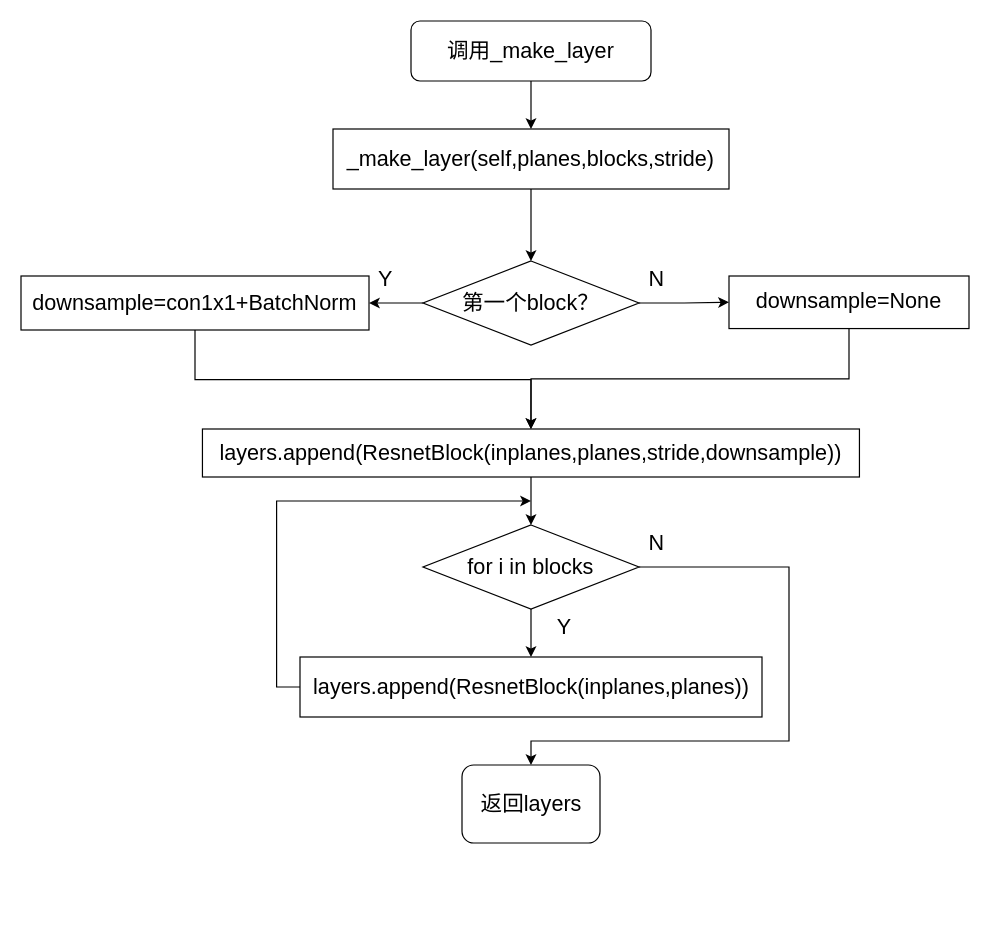
Earlier version of the draw.io diagram thesis_make_layers.drawio (Dong-J93/_pictures). Source tidied: cells renumbered, new cells numbered last; positions are measured from the earlier drawing's top-left corner, leaving out a move shared by most shapes. Both pictures are drawn from the tidied source at 120%, with x=0, y=0 at pixel (20, 20).
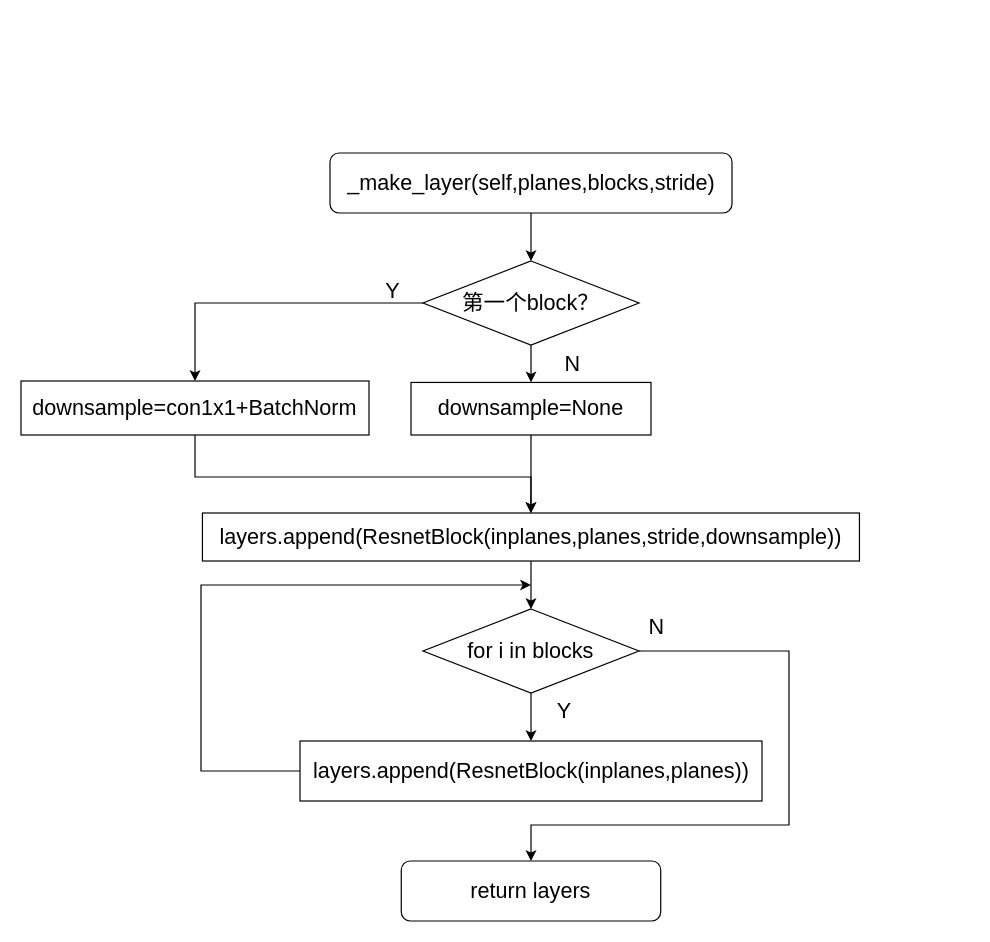
Above is the later version.

The change refers to these unchanged cells:
```xml
<mxCell id="6" value="&lt;font style=&quot;font-size: 18px;&quot;&gt;第一个block？&lt;/font&gt;" style="rhombus;whiteSpace=wrap;html=1;" parent="1" vertex="1">
  <mxGeometry x="335" y="200" width="180" height="70" as="geometry" />
</mxCell>
```

The edit, as a diff of the source:
```diff
@@
-    <mxCell id="2" style="edgeStyle=orthogonalEdgeStyle;rounded=0;jettySize=auto;html=1;entryX=0.5;entryY=0;entryDx=0;entryDy=0;" parent="1" edge="1" source="3" target="6">
-      <mxGeometry relative="1" as="geometry" />
-    </mxCell>
-    <mxCell id="3" value="&lt;font style=&quot;font-size: 18px;&quot;&gt;_make_layer(self,planes,blocks,stride)&lt;/font&gt;" style="rounded=0;whiteSpace=wrap;html=1;" parent="1" vertex="1">
-      <mxGeometry x="260" y="90" width="330" height="50" as="geometry" />
-    </mxCell>
@@
-    <mxCell id="5" style="edgeStyle=orthogonalEdgeStyle;rounded=0;jettySize=auto;html=1;exitX=1;exitY=0.5;exitDx=0;exitDy=0;entryX=0;entryY=0.5;entryDx=0;entryDy=0;" parent="1" edge="1" source="6" target="22">
+    <mxCell id="5" style="edgeStyle=orthogonalEdgeStyle;rounded=0;jettySize=auto;html=1;exitX=0.5;exitY=1;exitDx=0;exitDy=0;" parent="1" edge="1" source="6" target="22">
       <mxGeometry relative="1" as="geometry" />
     </mxCell>
@@
     <mxCell id="8" style="edgeStyle=orthogonalEdgeStyle;rounded=0;jettySize=auto;html=1;exitX=1;exitY=0.5;exitDx=0;exitDy=0;entryX=0.5;entryY=0;entryDx=0;entryDy=0;" parent="1" edge="1" source="9" target="14">
       <mxGeometry relative="1" as="geometry">
         <Array as="points">
-          <mxPoint x="640" y="455" />
-          <mxPoint x="640" y="600" />
-          <mxPoint x="425" y="600" />
+          <mxPoint x="640" y="525" />
+          <mxPoint x="640" y="670" />
+          <mxPoint x="425" y="670" />
         </Array>
       </mxGeometry>
     </mxCell>
     <mxCell id="9" value="&lt;font style=&quot;font-size: 18px;&quot;&gt;for i in blocks&lt;/font&gt;" style="rhombus;whiteSpace=wrap;html=1;" parent="1" vertex="1">
-      <mxGeometry x="335" y="420" width="180" height="70" as="geometry" />
+      <mxGeometry x="335" y="490" width="180" height="70" as="geometry" />
     </mxCell>
     <mxCell id="10" style="edgeStyle=orthogonalEdgeStyle;rounded=0;jettySize=auto;html=1;exitX=0;exitY=0.5;exitDx=0;exitDy=0;" parent="1" edge="1" source="11">
       <mxGeometry relative="1" as="geometry">
-        <mxPoint x="425" y="400" as="targetPoint" />
+        <mxPoint x="425" y="470" as="targetPoint" />
         <Array as="points">
-          <mxPoint x="213" y="555" />
-          <mxPoint x="213" y="400" />
-          <mxPoint x="425" y="400" />
+          <mxPoint x="150" y="625" />
+          <mxPoint x="150" y="470" />
         </Array>
       </mxGeometry>
     </mxCell>
     <mxCell id="11" value="&lt;font style=&quot;font-size: 18px;&quot;&gt;layers.append(ResnetBlock(inplanes,planes))&lt;/font&gt;" style="rounded=0;whiteSpace=wrap;html=1;" parent="1" vertex="1">
-      <mxGeometry x="232.5" y="530" width="385" height="50" as="geometry" />
+      <mxGeometry x="232.5" y="600" width="385" height="50" as="geometry" />
     </mxCell>
-    <mxCell id="12" style="edgeStyle=orthogonalEdgeStyle;rounded=0;jettySize=auto;html=1;" parent="1" edge="1" source="13" target="3">
-      <mxGeometry relative="1" as="geometry" />
-    </mxCell>
+    <mxCell id="25" style="edgeStyle=orthogonalEdgeStyle;rounded=0;jettySize=auto;html=1;" parent="1" edge="1" source="13" target="6">
+      <mxGeometry relative="1" as="geometry" />
+    </mxCell>
-    <mxCell id="13" value="&lt;font style=&quot;font-size: 18px;&quot;&gt;调用_make_layer&lt;/font&gt;" style="rounded=1;whiteSpace=wrap;html=1;" parent="1" vertex="1">
-      <mxGeometry x="325" width="200" height="50" as="geometry" />
+    <mxCell id="13" value="&lt;font style=&quot;font-size: 18px;&quot;&gt;_make_layer(self,planes,blocks,stride)&lt;/font&gt;" style="rounded=1;whiteSpace=wrap;html=1;" parent="1" vertex="1">
+      <mxGeometry x="257.5" y="110" width="335" height="50" as="geometry" />
     </mxCell>
-    <mxCell id="14" value="&lt;font style=&quot;font-size: 18px;&quot;&gt;返回layers&lt;/font&gt;" style="rounded=1;whiteSpace=wrap;html=1;" parent="1" vertex="1">
-      <mxGeometry x="367.5" y="620" width="115" height="65" as="geometry" />
+    <mxCell id="14" value="&lt;font style=&quot;font-size: 18px;&quot;&gt;return layers&lt;/font&gt;" style="rounded=1;whiteSpace=wrap;html=1;" parent="1" vertex="1">
+      <mxGeometry x="316.9" y="700" width="216.2" height="50" as="geometry" />
     </mxCell>
     <mxCell id="15" value="&lt;font style=&quot;font-size: 18px;&quot;&gt;N&lt;/font&gt;" style="text;html=1;strokeColor=none;fillColor=none;align=center;verticalAlign=middle;whiteSpace=wrap;rounded=0;" parent="1" vertex="1">
-      <mxGeometry x="500" y="200" width="60" height="30" as="geometry" />
+      <mxGeometry x="430" y="271.2" width="60" height="30" as="geometry" />
     </mxCell>
     <mxCell id="16" style="edgeStyle=orthogonalEdgeStyle;rounded=0;jettySize=auto;html=1;exitX=0.5;exitY=1;exitDx=0;exitDy=0;entryX=0.5;entryY=0;entryDx=0;entryDy=0;" parent="1" edge="1" source="17" target="19">
-      <mxGeometry relative="1" as="geometry" />
+      <mxGeometry relative="1" as="geometry">
+        <Array as="points">
+          <mxPoint x="145" y="380" />
+          <mxPoint x="425" y="380" />
+        </Array>
+      </mxGeometry>
     </mxCell>
     <mxCell id="17" value="&lt;font style=&quot;font-size: 18px;&quot;&gt;downsample=con1x1+BatchNorm&lt;/font&gt;" style="whiteSpace=wrap;html=1;" parent="1" vertex="1">
-      <mxGeometry y="212.5" width="290" height="45" as="geometry" />
+      <mxGeometry y="300" width="290" height="45" as="geometry" />
     </mxCell>
@@
     <mxCell id="19" value="&lt;font style=&quot;font-size: 18px;&quot;&gt;layers.append(ResnetBlock(inplanes,planes,stride,downsample))&lt;/font&gt;" style="rounded=0;whiteSpace=wrap;html=1;" parent="1" vertex="1">
-      <mxGeometry x="151.2" y="340" width="547.5" height="40" as="geometry" />
+      <mxGeometry x="151.2" y="410" width="547.5" height="40" as="geometry" />
     </mxCell>
     <mxCell id="20" value="&lt;font style=&quot;font-size: 18px;&quot;&gt;Y&lt;/font&gt;" style="text;html=1;strokeColor=none;fillColor=none;align=center;verticalAlign=middle;whiteSpace=wrap;rounded=0;" parent="1" vertex="1">
-      <mxGeometry x="274" y="200" width="60" height="30" as="geometry" />
+      <mxGeometry x="280" y="210" width="60" height="30" as="geometry" />
     </mxCell>
+    <mxCell id="23" value="&lt;font style=&quot;font-size: 18px;&quot;&gt;Y&lt;/font&gt;" style="text;html=1;strokeColor=none;fillColor=none;align=center;verticalAlign=middle;whiteSpace=wrap;rounded=0;" parent="1" vertex="1">
+      <mxGeometry x="422.5" y="560" width="60" height="30" as="geometry" />
+    </mxCell>
+    <mxCell id="24" value="&lt;font style=&quot;font-size: 18px;&quot;&gt;N&lt;/font&gt;" style="text;html=1;strokeColor=none;fillColor=none;align=center;verticalAlign=middle;whiteSpace=wrap;rounded=0;" parent="1" vertex="1">
+      <mxGeometry x="500" y="490" width="60" height="30" as="geometry" />
+    </mxCell>
-    <mxCell id="21" style="edgeStyle=orthogonalEdgeStyle;rounded=0;jettySize=auto;html=1;exitX=0.5;exitY=1;exitDx=0;exitDy=0;" parent="1" edge="1" source="22" target="19">
+    <mxCell id="21" style="edgeStyle=orthogonalEdgeStyle;rounded=0;jettySize=auto;html=1;exitX=0.5;exitY=1;exitDx=0;exitDy=0;entryX=0.5;entryY=0;entryDx=0;entryDy=0;" parent="1" edge="1" source="22" target="19">
       <mxGeometry relative="1" as="geometry" />
     </mxCell>
     <mxCell id="22" value="&lt;font style=&quot;font-size: 18px;&quot;&gt;downsample=None&lt;br&gt;&lt;/font&gt;" style="whiteSpace=wrap;html=1;" parent="1" vertex="1">
-      <mxGeometry x="590" y="212.5" width="200" height="43.8" as="geometry" />
+      <mxGeometry x="325" y="301.2" width="200" height="43.8" as="geometry" />
     </mxCell>
-    <mxCell id="23" value="&lt;font style=&quot;font-size: 18px;&quot;&gt;Y&lt;/font&gt;" style="text;html=1;strokeColor=none;fillColor=none;align=center;verticalAlign=middle;whiteSpace=wrap;rounded=0;" parent="1" vertex="1">
-      <mxGeometry x="422.5" y="490" width="60" height="30" as="geometry" />
-    </mxCell>
-    <mxCell id="24" value="&lt;font style=&quot;font-size: 18px;&quot;&gt;N&lt;/font&gt;" style="text;html=1;strokeColor=none;fillColor=none;align=center;verticalAlign=middle;whiteSpace=wrap;rounded=0;" parent="1" vertex="1">
-      <mxGeometry x="500" y="420" width="60" height="30" as="geometry" />
-    </mxCell>
```
